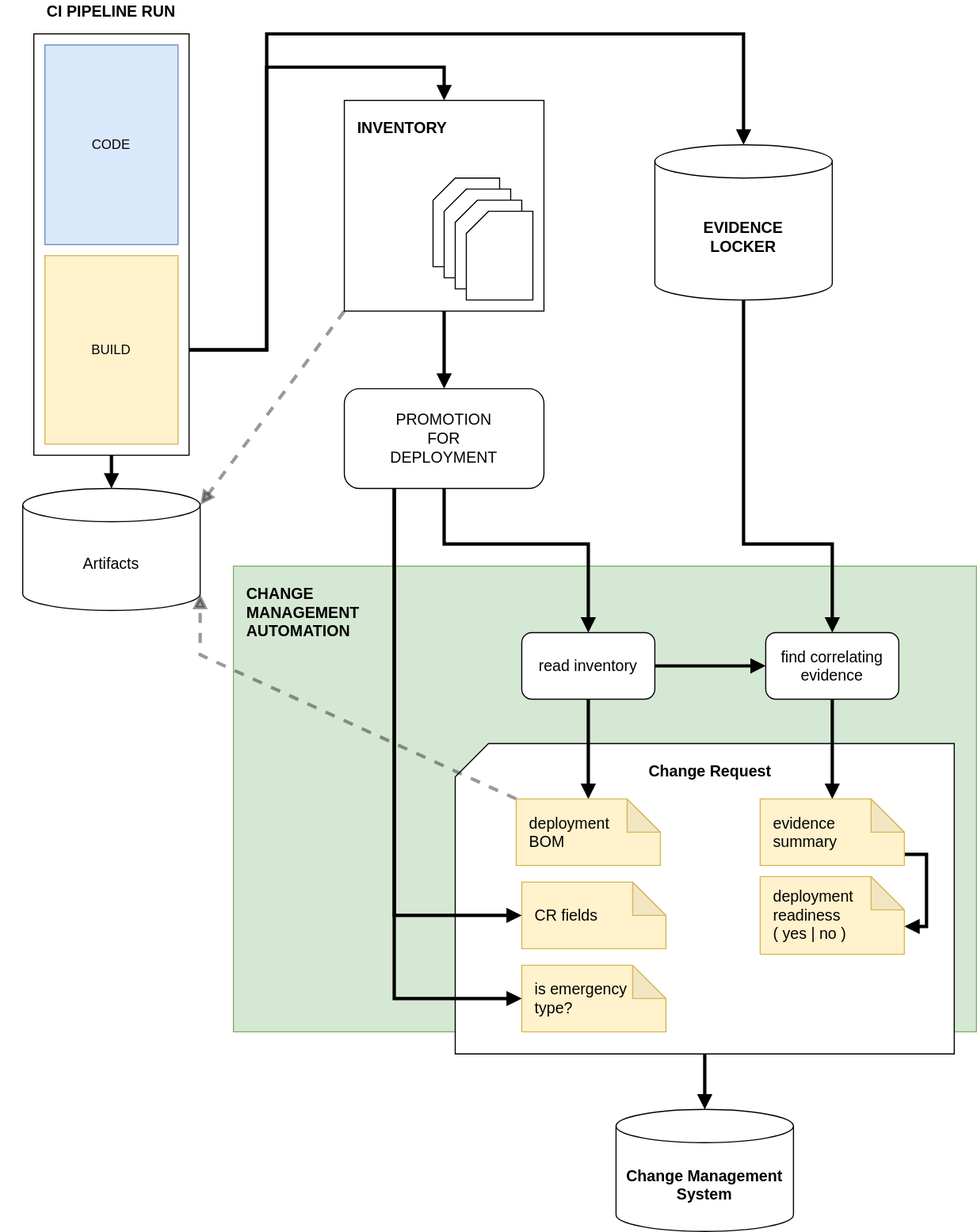
The draw.io diagram images/change-management-data-flow.svg in ibm-cloud-docs/devsecops, before a commit. Source tidied: cells renumbered, new cells last; positions are measured from the earlier drawing's top-left corner, leaving out a move shared by most shapes.
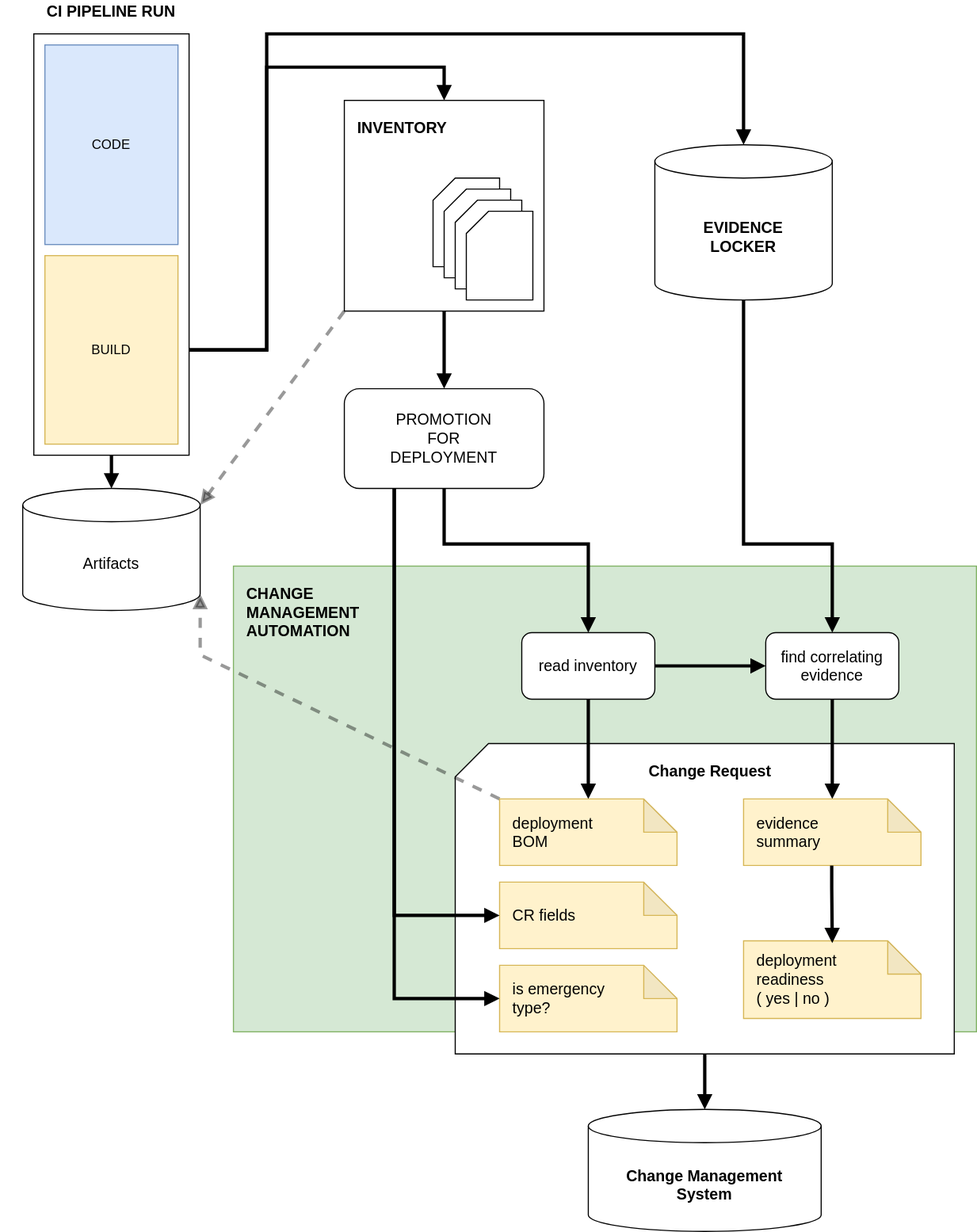
The same diagram one commit later.

Change to the diagram source:
```diff
@@ -104,28 +104,25 @@
       </mxGeometry>
     </mxCell>
     <mxCell id="27" value="deployment&lt;br&gt;BOM" style="shape=note;whiteSpace=wrap;html=1;backgroundOutline=1;darkOpacity=0.05;fontSize=14;align=left;spacingLeft=10;fillColor=#fff2cc;strokeColor=#d6b656;" parent="1" vertex="1">
-      <mxGeometry x="465" y="720" width="130" height="60" as="geometry" />
+      <mxGeometry x="450" y="720" width="160" height="60" as="geometry" />
     </mxCell>
-    <mxCell id="28" style="edgeStyle=orthogonalEdgeStyle;rounded=0;jettySize=auto;html=1;exitX=0;exitY=0;exitDx=130;exitDy=50;exitPerimeter=0;entryX=0;entryY=0;entryDx=130;entryDy=45;entryPerimeter=0;endArrow=block;endFill=1;strokeWidth=3;fontSize=14;" parent="1" edge="1" source="29" target="31">
-      <mxGeometry relative="1" as="geometry" />
-    </mxCell>
     <mxCell id="29" value="evidence&lt;br&gt;summary" style="shape=note;whiteSpace=wrap;html=1;backgroundOutline=1;darkOpacity=0.05;fontSize=14;align=left;spacingLeft=10;fillColor=#fff2cc;strokeColor=#d6b656;" parent="1" vertex="1">
-      <mxGeometry x="685" y="720" width="130" height="60" as="geometry" />
+      <mxGeometry x="670" y="720" width="160" height="60" as="geometry" />
     </mxCell>
     <mxCell id="30" value="Artifacts" style="shape=cylinder3;whiteSpace=wrap;html=1;boundedLbl=1;backgroundOutline=1;size=15;fontSize=14;align=center;" parent="1" vertex="1">
       <mxGeometry x="20" y="440" width="160" height="110" as="geometry" />
     </mxCell>
     <mxCell id="31" value="deployment&lt;br&gt;readiness &lt;br&gt;( yes | no )" style="shape=note;whiteSpace=wrap;html=1;backgroundOutline=1;darkOpacity=0.05;fontSize=14;align=left;spacingLeft=10;fillColor=#fff2cc;strokeColor=#d6b656;" parent="1" vertex="1">
-      <mxGeometry x="685" y="790" width="130" height="70" as="geometry" />
+      <mxGeometry x="670" y="848" width="160" height="70" as="geometry" />
     </mxCell>
     <mxCell id="32" style="edgeStyle=orthogonalEdgeStyle;rounded=0;jettySize=auto;html=1;exitX=0.5;exitY=1;exitDx=0;exitDy=0;entryX=0.5;entryY=0;entryDx=0;entryDy=0;fontSize=14;strokeWidth=3;endArrow=block;endFill=1;" parent="1" edge="1" source="14" target="37">
       <mxGeometry relative="1" as="geometry" />
     </mxCell>
     <mxCell id="33" value="CR fields" style="shape=note;whiteSpace=wrap;html=1;backgroundOutline=1;darkOpacity=0.05;fontSize=14;align=left;spacingLeft=10;fillColor=#fff2cc;strokeColor=#d6b656;" parent="1" vertex="1">
-      <mxGeometry x="470" y="795" width="130" height="60" as="geometry" />
+      <mxGeometry x="450" y="795" width="160" height="60" as="geometry" />
     </mxCell>
-    <mxCell id="34" value="is emergency type?" style="shape=note;whiteSpace=wrap;html=1;backgroundOutline=1;darkOpacity=0.05;fontSize=14;align=left;spacingLeft=10;fillColor=#fff2cc;strokeColor=#d6b656;" parent="1" vertex="1">
-      <mxGeometry x="470" y="870" width="130" height="60" as="geometry" />
+    <mxCell id="34" value="is emergency &lt;br&gt;type?" style="shape=note;whiteSpace=wrap;html=1;backgroundOutline=1;darkOpacity=0.05;fontSize=14;align=left;spacingLeft=10;fillColor=#fff2cc;strokeColor=#d6b656;" parent="1" vertex="1">
+      <mxGeometry x="450" y="870" width="160" height="60" as="geometry" />
     </mxCell>
     <mxCell id="35" style="edgeStyle=orthogonalEdgeStyle;rounded=0;jettySize=auto;html=1;exitX=0.25;exitY=1;exitDx=0;exitDy=0;entryX=0;entryY=0.5;entryDx=0;entryDy=0;entryPerimeter=0;endArrow=block;endFill=1;strokeWidth=3;fontSize=14;" parent="1" edge="1" source="37" target="33">
       <mxGeometry relative="1" as="geometry" />
@@ -136,11 +133,21 @@
     <mxCell id="37" value="PROMOTION&lt;br&gt;FOR&lt;br&gt;DEPLOYMENT" style="rounded=1;whiteSpace=wrap;html=1;fontSize=14;align=center;" parent="1" vertex="1">
       <mxGeometry x="310" y="350" width="180" height="90" as="geometry" />
     </mxCell>
-    <mxCell id="38" value="ServiceNow" style="shape=cylinder3;whiteSpace=wrap;html=1;boundedLbl=1;backgroundOutline=1;size=15;fontSize=14;align=center;fontStyle=1;" parent="1" vertex="1">
-      <mxGeometry x="555" y="1000" width="160" height="110" as="geometry" />
+    <mxCell id="38" value="Change Management &lt;br&gt;System" style="shape=cylinder3;whiteSpace=wrap;html=1;boundedLbl=1;backgroundOutline=1;size=15;fontSize=14;align=center;fontStyle=1;" parent="1" vertex="1">
+      <mxGeometry x="530" y="1000" width="210" height="110" as="geometry" />
     </mxCell>
     <mxCell id="39" style="rounded=0;jettySize=auto;html=1;exitX=0;exitY=1;exitDx=0;exitDy=0;entryX=1;entryY=0;entryDx=0;entryDy=15;entryPerimeter=0;endArrow=block;endFill=1;strokeWidth=3;fontSize=14;dashed=1;opacity=40;" parent="1" edge="1" source="14" target="30">
       <mxGeometry relative="1" as="geometry" />
     </mxCell>
+    <mxCell id="40" style="edgeStyle=orthogonalEdgeStyle;rounded=0;orthogonalLoop=1;jettySize=auto;html=1;exitX=0.5;exitY=1;exitDx=0;exitDy=0;endArrow=block;endFill=1;strokeWidth=3;fontSize=14;" parent="1" edge="1">
+      <mxGeometry relative="1" as="geometry">
+        <mxPoint x="749.5" y="780" as="sourcePoint" />
+        <mxPoint x="750" y="850" as="targetPoint" />
+        <Array as="points">
+          <mxPoint x="750" y="800" />
+          <mxPoint x="750" y="800" />
+        </Array>
+      </mxGeometry>
+    </mxCell>
   </root>
 </mxGraphModel>
```
